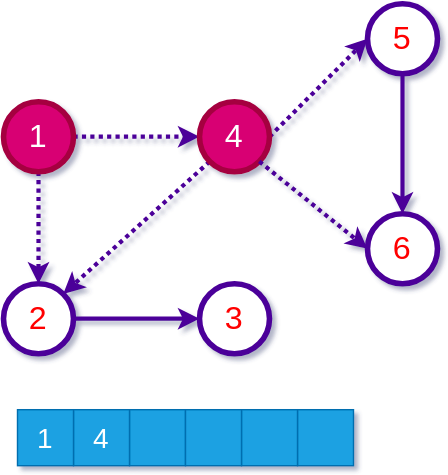
ucoruh/ce100-algorithms-and-programming-II keeps this draw.io diagram as docs/week-10/assets/ce100-week-10-graphs-topological-topo-bfs-2.drawio.svg. Above is the earlier version. Source tidied: cells renumbered, new cells last; positions are measured from the earlier drawing's top-left corner, leaving out a move shared by most shapes. Its diagram source:
```xml
<mxGraphModel>
  <root>
    <mxCell id="0" />
    <mxCell id="1" parent="0" />
    <mxCell id="2" style="edgeStyle=none;shape=connector;rounded=0;jettySize=auto;html=1;exitX=0.5;exitY=1;exitDx=0;exitDy=0;entryX=0.5;entryY=0;entryDx=0;entryDy=0;labelBackgroundColor=default;fontFamily=Helvetica;fontSize=23;fontColor=#FF0000;endArrow=classic;endFill=1;strokeColor=#4C0099;strokeWidth=3;dashed=1;dashPattern=1 1;" parent="1" edge="1" source="4" target="12">
      <mxGeometry relative="1" as="geometry" />
    </mxCell>
    <mxCell id="3" style="edgeStyle=none;shape=connector;rounded=0;jettySize=auto;html=1;exitX=1;exitY=0.5;exitDx=0;exitDy=0;labelBackgroundColor=default;fontFamily=Helvetica;fontSize=23;fontColor=#FF0000;endArrow=classic;endFill=1;strokeColor=#4C0099;strokeWidth=3;dashed=1;dashPattern=1 1;" parent="1" edge="1" source="4" target="7">
      <mxGeometry relative="1" as="geometry" />
    </mxCell>
    <mxCell id="4" value="1" style="ellipse;whiteSpace=wrap;html=1;fontSize=23;fontColor=#ffffff;strokeColor=#A50040;strokeWidth=4;fillColor=#d80073;" parent="1" vertex="1">
      <mxGeometry y="70" width="50" height="50" as="geometry" />
    </mxCell>
    <mxCell id="5" style="edgeStyle=none;shape=connector;rounded=0;jettySize=auto;html=1;exitX=1;exitY=0.5;exitDx=0;exitDy=0;entryX=0;entryY=0.5;entryDx=0;entryDy=0;labelBackgroundColor=default;fontFamily=Helvetica;fontSize=23;fontColor=#FF0000;endArrow=classic;endFill=1;strokeColor=#4C0099;strokeWidth=3;dashed=1;dashPattern=1 1;" parent="1" edge="1" source="7" target="14">
      <mxGeometry relative="1" as="geometry" />
    </mxCell>
    <mxCell id="6" style="rounded=0;jettySize=auto;html=1;exitX=0;exitY=1;exitDx=0;exitDy=0;entryX=1;entryY=0;entryDx=0;entryDy=0;fontSize=23;strokeColor=#4C0099;fontColor=#FF0000;endFill=1;strokeWidth=3;dashed=1;dashPattern=1 1;" parent="1" edge="1" source="7" target="12">
      <mxGeometry relative="1" as="geometry" />
    </mxCell>
    <mxCell id="7" value="4" style="ellipse;whiteSpace=wrap;html=1;fontSize=23;fontColor=#ffffff;strokeColor=#A50040;strokeWidth=4;fillColor=#d80073;" parent="1" vertex="1">
      <mxGeometry x="140" y="70" width="50" height="50" as="geometry" />
    </mxCell>
    <mxCell id="8" value="6" style="ellipse;whiteSpace=wrap;html=1;fontSize=23;fontColor=#FF0000;strokeColor=#4C0099;strokeWidth=4;" parent="1" vertex="1">
      <mxGeometry x="260" y="150" width="50" height="50" as="geometry" />
    </mxCell>
    <mxCell id="9" style="edgeStyle=none;shape=connector;rounded=0;jettySize=auto;html=1;exitX=1;exitY=1;exitDx=0;exitDy=0;entryX=0;entryY=0.5;entryDx=0;entryDy=0;labelBackgroundColor=default;fontFamily=Helvetica;fontSize=23;fontColor=#FF0000;endArrow=classic;endFill=1;strokeColor=#4C0099;strokeWidth=3;dashed=1;dashPattern=1 1;" parent="1" edge="1" source="7" target="8">
      <mxGeometry relative="1" as="geometry" />
    </mxCell>
    <mxCell id="10" value="3" style="ellipse;whiteSpace=wrap;html=1;fontSize=23;fontColor=#FF0000;strokeColor=#4C0099;strokeWidth=4;" parent="1" vertex="1">
      <mxGeometry x="140" y="200" width="50" height="50" as="geometry" />
    </mxCell>
    <mxCell id="11" style="edgeStyle=none;shape=connector;rounded=0;jettySize=auto;html=1;exitX=1;exitY=0.5;exitDx=0;exitDy=0;labelBackgroundColor=default;fontFamily=Helvetica;fontSize=23;fontColor=#FF0000;endArrow=classic;endFill=1;strokeColor=#4C0099;strokeWidth=3;" parent="1" edge="1" source="12" target="10">
      <mxGeometry relative="1" as="geometry" />
    </mxCell>
    <mxCell id="12" value="2" style="ellipse;whiteSpace=wrap;html=1;fontSize=23;fontColor=#FF0000;strokeColor=#4C0099;strokeWidth=4;" parent="1" vertex="1">
      <mxGeometry y="200" width="50" height="50" as="geometry" />
    </mxCell>
    <mxCell id="13" style="edgeStyle=orthogonalEdgeStyle;rounded=0;jettySize=auto;html=1;exitX=0.5;exitY=1;exitDx=0;exitDy=0;fontSize=23;strokeColor=#4C0099;fontColor=#FF0000;endFill=1;strokeWidth=3;" parent="1" edge="1" source="14" target="8">
      <mxGeometry relative="1" as="geometry" />
    </mxCell>
    <mxCell id="14" value="5" style="ellipse;whiteSpace=wrap;html=1;fontSize=23;fontColor=#FF0000;strokeColor=#4C0099;strokeWidth=4;" parent="1" vertex="1">
      <mxGeometry x="260" width="50" height="50" as="geometry" />
    </mxCell>
    <mxCell id="15" style="rounded=0;whiteSpace=wrap;html=1;fillColor=#1ba1e2;fontColor=#ffffff;strokeColor=#006EAF;fontSize=20;" parent="1" vertex="1">
      <mxGeometry x="90" y="290" width="40" height="40" as="geometry" />
    </mxCell>
    <mxCell id="16" value="4" style="rounded=0;whiteSpace=wrap;html=1;fillColor=#1ba1e2;fontColor=#ffffff;strokeColor=#006EAF;fontSize=20;" parent="1" vertex="1">
      <mxGeometry x="50" y="290" width="40" height="40" as="geometry" />
    </mxCell>
    <mxCell id="17" value="1" style="rounded=0;whiteSpace=wrap;html=1;fillColor=#1ba1e2;fontColor=#ffffff;strokeColor=#006EAF;fontSize=20;" parent="1" vertex="1">
      <mxGeometry x="10" y="290" width="40" height="40" as="geometry" />
    </mxCell>
    <mxCell id="18" style="rounded=0;whiteSpace=wrap;html=1;fillColor=#1ba1e2;fontColor=#ffffff;strokeColor=#006EAF;fontSize=20;" parent="1" vertex="1">
      <mxGeometry x="210" y="290" width="40" height="40" as="geometry" />
    </mxCell>
    <mxCell id="19" style="rounded=0;whiteSpace=wrap;html=1;fillColor=#1ba1e2;fontColor=#ffffff;strokeColor=#006EAF;fontSize=20;" parent="1" vertex="1">
      <mxGeometry x="170" y="290" width="40" height="40" as="geometry" />
    </mxCell>
    <mxCell id="20" style="rounded=0;whiteSpace=wrap;html=1;fillColor=#1ba1e2;fontColor=#ffffff;strokeColor=#006EAF;fontSize=20;" parent="1" vertex="1">
      <mxGeometry x="130" y="290" width="40" height="40" as="geometry" />
    </mxCell>
  </root>
</mxGraphModel>
```
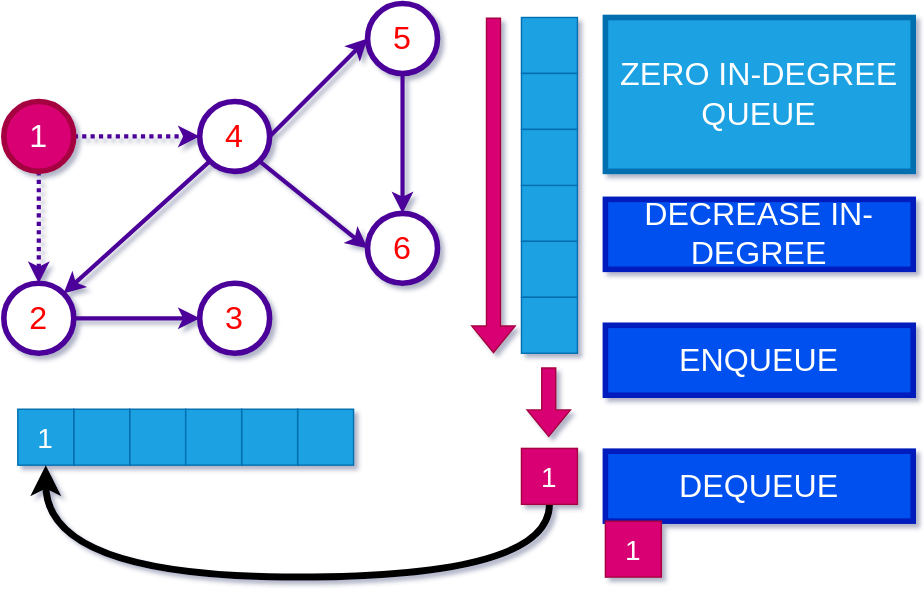
Later version of the same file.

The edit, as a diff of the source:
```diff
@@ -1,63 +1,119 @@
 <mxGraphModel>
   <root>
-    <mxCell id="0" />
-    <mxCell id="1" parent="0" />
+    <mxCell id="21" />
+    <mxCell id="22" parent="21" />
-    <mxCell id="2" style="edgeStyle=none;shape=connector;rounded=0;jettySize=auto;html=1;exitX=0.5;exitY=1;exitDx=0;exitDy=0;entryX=0.5;entryY=0;entryDx=0;entryDy=0;labelBackgroundColor=default;fontFamily=Helvetica;fontSize=23;fontColor=#FF0000;endArrow=classic;endFill=1;strokeColor=#4C0099;strokeWidth=3;dashed=1;dashPattern=1 1;" parent="1" edge="1" source="4" target="12">
+    <mxCell id="2" style="edgeStyle=none;shape=connector;rounded=0;jettySize=auto;html=1;exitX=0.5;exitY=1;exitDx=0;exitDy=0;entryX=0.5;entryY=0;entryDx=0;entryDy=0;labelBackgroundColor=default;fontFamily=Helvetica;fontSize=23;fontColor=#FF0000;endArrow=classic;endFill=1;strokeColor=#4C0099;strokeWidth=3;dashed=1;dashPattern=1 1;" parent="22" edge="1" source="4" target="12">
       <mxGeometry relative="1" as="geometry" />
     </mxCell>
-    <mxCell id="3" style="edgeStyle=none;shape=connector;rounded=0;jettySize=auto;html=1;exitX=1;exitY=0.5;exitDx=0;exitDy=0;labelBackgroundColor=default;fontFamily=Helvetica;fontSize=23;fontColor=#FF0000;endArrow=classic;endFill=1;strokeColor=#4C0099;strokeWidth=3;dashed=1;dashPattern=1 1;" parent="1" edge="1" source="4" target="7">
-      <mxGeometry relative="1" as="geometry" />
-    </mxCell>
+    <mxCell id="23" style="edgeStyle=none;shape=connector;rounded=0;jettySize=auto;html=1;exitX=1;exitY=0.5;exitDx=0;exitDy=0;labelBackgroundColor=default;fontFamily=Helvetica;fontSize=23;fontColor=#FF0000;endArrow=classic;endFill=1;strokeColor=#4C0099;strokeWidth=3;dashed=1;dashPattern=1 1;" parent="22" edge="1" source="4" target="26">
+      <mxGeometry relative="1" as="geometry" />
+    </mxCell>
-    <mxCell id="4" value="1" style="ellipse;whiteSpace=wrap;html=1;fontSize=23;fontColor=#ffffff;strokeColor=#A50040;strokeWidth=4;fillColor=#d80073;" parent="1" vertex="1">
+    <mxCell id="4" value="1" style="ellipse;whiteSpace=wrap;html=1;fontSize=23;fontColor=#ffffff;strokeColor=#A50040;strokeWidth=4;fillColor=#d80073;" parent="22" vertex="1">
       <mxGeometry y="70" width="50" height="50" as="geometry" />
     </mxCell>
-    <mxCell id="5" style="edgeStyle=none;shape=connector;rounded=0;jettySize=auto;html=1;exitX=1;exitY=0.5;exitDx=0;exitDy=0;entryX=0;entryY=0.5;entryDx=0;entryDy=0;labelBackgroundColor=default;fontFamily=Helvetica;fontSize=23;fontColor=#FF0000;endArrow=classic;endFill=1;strokeColor=#4C0099;strokeWidth=3;dashed=1;dashPattern=1 1;" parent="1" edge="1" source="7" target="14">
-      <mxGeometry relative="1" as="geometry" />
-    </mxCell>
-    <mxCell id="6" style="rounded=0;jettySize=auto;html=1;exitX=0;exitY=1;exitDx=0;exitDy=0;entryX=1;entryY=0;entryDx=0;entryDy=0;fontSize=23;strokeColor=#4C0099;fontColor=#FF0000;endFill=1;strokeWidth=3;dashed=1;dashPattern=1 1;" parent="1" edge="1" source="7" target="12">
-      <mxGeometry relative="1" as="geometry" />
-    </mxCell>
-    <mxCell id="7" value="4" style="ellipse;whiteSpace=wrap;html=1;fontSize=23;fontColor=#ffffff;strokeColor=#A50040;strokeWidth=4;fillColor=#d80073;" parent="1" vertex="1">
-      <mxGeometry x="140" y="70" width="50" height="50" as="geometry" />
-    </mxCell>
+    <mxCell id="24" style="edgeStyle=none;shape=connector;rounded=0;jettySize=auto;html=1;exitX=1;exitY=0.5;exitDx=0;exitDy=0;entryX=0;entryY=0.5;entryDx=0;entryDy=0;labelBackgroundColor=default;fontFamily=Helvetica;fontSize=23;fontColor=#FF0000;endArrow=classic;endFill=1;strokeColor=#4C0099;strokeWidth=3;" parent="22" edge="1" source="26" target="14">
+      <mxGeometry relative="1" as="geometry" />
+    </mxCell>
+    <mxCell id="25" style="rounded=0;jettySize=auto;html=1;exitX=0;exitY=1;exitDx=0;exitDy=0;entryX=1;entryY=0;entryDx=0;entryDy=0;fontSize=23;strokeColor=#4C0099;fontColor=#FF0000;endFill=1;strokeWidth=3;" parent="22" edge="1" source="26" target="12">
+      <mxGeometry relative="1" as="geometry" />
+    </mxCell>
+    <mxCell id="26" value="4" style="ellipse;whiteSpace=wrap;html=1;fontSize=23;fontColor=#FF0000;strokeColor=#4C0099;strokeWidth=4;" parent="22" vertex="1">
+      <mxGeometry x="140" y="70" width="50" height="50" as="geometry" />
+    </mxCell>
-    <mxCell id="8" value="6" style="ellipse;whiteSpace=wrap;html=1;fontSize=23;fontColor=#FF0000;strokeColor=#4C0099;strokeWidth=4;" parent="1" vertex="1">
+    <mxCell id="8" value="6" style="ellipse;whiteSpace=wrap;html=1;fontSize=23;fontColor=#FF0000;strokeColor=#4C0099;strokeWidth=4;" parent="22" vertex="1">
       <mxGeometry x="260" y="150" width="50" height="50" as="geometry" />
     </mxCell>
-    <mxCell id="9" style="edgeStyle=none;shape=connector;rounded=0;jettySize=auto;html=1;exitX=1;exitY=1;exitDx=0;exitDy=0;entryX=0;entryY=0.5;entryDx=0;entryDy=0;labelBackgroundColor=default;fontFamily=Helvetica;fontSize=23;fontColor=#FF0000;endArrow=classic;endFill=1;strokeColor=#4C0099;strokeWidth=3;dashed=1;dashPattern=1 1;" parent="1" edge="1" source="7" target="8">
-      <mxGeometry relative="1" as="geometry" />
-    </mxCell>
+    <mxCell id="27" style="edgeStyle=none;shape=connector;rounded=0;jettySize=auto;html=1;exitX=1;exitY=1;exitDx=0;exitDy=0;entryX=0;entryY=0.5;entryDx=0;entryDy=0;labelBackgroundColor=default;fontFamily=Helvetica;fontSize=23;fontColor=#FF0000;endArrow=classic;endFill=1;strokeColor=#4C0099;strokeWidth=3;" parent="22" edge="1" source="26" target="8">
+      <mxGeometry relative="1" as="geometry" />
+    </mxCell>
-    <mxCell id="10" value="3" style="ellipse;whiteSpace=wrap;html=1;fontSize=23;fontColor=#FF0000;strokeColor=#4C0099;strokeWidth=4;" parent="1" vertex="1">
+    <mxCell id="10" value="3" style="ellipse;whiteSpace=wrap;html=1;fontSize=23;fontColor=#FF0000;strokeColor=#4C0099;strokeWidth=4;" parent="22" vertex="1">
       <mxGeometry x="140" y="200" width="50" height="50" as="geometry" />
     </mxCell>
-    <mxCell id="11" style="edgeStyle=none;shape=connector;rounded=0;jettySize=auto;html=1;exitX=1;exitY=0.5;exitDx=0;exitDy=0;labelBackgroundColor=default;fontFamily=Helvetica;fontSize=23;fontColor=#FF0000;endArrow=classic;endFill=1;strokeColor=#4C0099;strokeWidth=3;" parent="1" edge="1" source="12" target="10">
+    <mxCell id="11" style="edgeStyle=none;shape=connector;rounded=0;jettySize=auto;html=1;exitX=1;exitY=0.5;exitDx=0;exitDy=0;labelBackgroundColor=default;fontFamily=Helvetica;fontSize=23;fontColor=#FF0000;endArrow=classic;endFill=1;strokeColor=#4C0099;strokeWidth=3;" parent="22" edge="1" source="12" target="10">
       <mxGeometry relative="1" as="geometry" />
     </mxCell>
-    <mxCell id="12" value="2" style="ellipse;whiteSpace=wrap;html=1;fontSize=23;fontColor=#FF0000;strokeColor=#4C0099;strokeWidth=4;" parent="1" vertex="1">
+    <mxCell id="12" value="2" style="ellipse;whiteSpace=wrap;html=1;fontSize=23;fontColor=#FF0000;strokeColor=#4C0099;strokeWidth=4;" parent="22" vertex="1">
       <mxGeometry y="200" width="50" height="50" as="geometry" />
     </mxCell>
-    <mxCell id="13" style="edgeStyle=orthogonalEdgeStyle;rounded=0;jettySize=auto;html=1;exitX=0.5;exitY=1;exitDx=0;exitDy=0;fontSize=23;strokeColor=#4C0099;fontColor=#FF0000;endFill=1;strokeWidth=3;" parent="1" edge="1" source="14" target="8">
+    <mxCell id="13" style="edgeStyle=orthogonalEdgeStyle;rounded=0;jettySize=auto;html=1;exitX=0.5;exitY=1;exitDx=0;exitDy=0;fontSize=23;strokeColor=#4C0099;fontColor=#FF0000;endFill=1;strokeWidth=3;" parent="22" edge="1" source="14" target="8">
       <mxGeometry relative="1" as="geometry" />
     </mxCell>
-    <mxCell id="14" value="5" style="ellipse;whiteSpace=wrap;html=1;fontSize=23;fontColor=#FF0000;strokeColor=#4C0099;strokeWidth=4;" parent="1" vertex="1">
+    <mxCell id="14" value="5" style="ellipse;whiteSpace=wrap;html=1;fontSize=23;fontColor=#FF0000;strokeColor=#4C0099;strokeWidth=4;" parent="22" vertex="1">
       <mxGeometry x="260" width="50" height="50" as="geometry" />
     </mxCell>
-    <mxCell id="15" style="rounded=0;whiteSpace=wrap;html=1;fillColor=#1ba1e2;fontColor=#ffffff;strokeColor=#006EAF;fontSize=20;" parent="1" vertex="1">
+    <mxCell id="15" style="rounded=0;whiteSpace=wrap;html=1;fillColor=#1ba1e2;fontColor=#ffffff;strokeColor=#006EAF;fontSize=20;" parent="22" vertex="1">
       <mxGeometry x="90" y="290" width="40" height="40" as="geometry" />
     </mxCell>
-    <mxCell id="16" value="4" style="rounded=0;whiteSpace=wrap;html=1;fillColor=#1ba1e2;fontColor=#ffffff;strokeColor=#006EAF;fontSize=20;" parent="1" vertex="1">
-      <mxGeometry x="50" y="290" width="40" height="40" as="geometry" />
-    </mxCell>
+    <mxCell id="28" style="rounded=0;whiteSpace=wrap;html=1;fillColor=#1ba1e2;fontColor=#ffffff;strokeColor=#006EAF;fontSize=20;" parent="22" vertex="1">
+      <mxGeometry x="50" y="290" width="40" height="40" as="geometry" />
+    </mxCell>
-    <mxCell id="17" value="1" style="rounded=0;whiteSpace=wrap;html=1;fillColor=#1ba1e2;fontColor=#ffffff;strokeColor=#006EAF;fontSize=20;" parent="1" vertex="1">
+    <mxCell id="17" value="1" style="rounded=0;whiteSpace=wrap;html=1;fillColor=#1ba1e2;fontColor=#ffffff;strokeColor=#006EAF;fontSize=20;" parent="22" vertex="1">
       <mxGeometry x="10" y="290" width="40" height="40" as="geometry" />
     </mxCell>
-    <mxCell id="18" style="rounded=0;whiteSpace=wrap;html=1;fillColor=#1ba1e2;fontColor=#ffffff;strokeColor=#006EAF;fontSize=20;" parent="1" vertex="1">
+    <mxCell id="18" style="rounded=0;whiteSpace=wrap;html=1;fillColor=#1ba1e2;fontColor=#ffffff;strokeColor=#006EAF;fontSize=20;" parent="22" vertex="1">
       <mxGeometry x="210" y="290" width="40" height="40" as="geometry" />
     </mxCell>
-    <mxCell id="19" style="rounded=0;whiteSpace=wrap;html=1;fillColor=#1ba1e2;fontColor=#ffffff;strokeColor=#006EAF;fontSize=20;" parent="1" vertex="1">
+    <mxCell id="19" style="rounded=0;whiteSpace=wrap;html=1;fillColor=#1ba1e2;fontColor=#ffffff;strokeColor=#006EAF;fontSize=20;" parent="22" vertex="1">
       <mxGeometry x="170" y="290" width="40" height="40" as="geometry" />
     </mxCell>
-    <mxCell id="20" style="rounded=0;whiteSpace=wrap;html=1;fillColor=#1ba1e2;fontColor=#ffffff;strokeColor=#006EAF;fontSize=20;" parent="1" vertex="1">
+    <mxCell id="20" style="rounded=0;whiteSpace=wrap;html=1;fillColor=#1ba1e2;fontColor=#ffffff;strokeColor=#006EAF;fontSize=20;" parent="22" vertex="1">
       <mxGeometry x="130" y="290" width="40" height="40" as="geometry" />
     </mxCell>
+    <mxCell id="29" value="ZERO IN-DEGREE QUEUE" style="text;html=1;strokeColor=#006EAF;fillColor=#1ba1e2;align=center;verticalAlign=middle;whiteSpace=wrap;rounded=0;fontColor=#ffffff;fontSize=23;strokeWidth=4;" parent="22" vertex="1">
+      <mxGeometry x="430" y="10" width="220" height="110" as="geometry" />
+    </mxCell>
+    <mxCell id="30" style="rounded=0;whiteSpace=wrap;html=1;fillColor=#1ba1e2;fontColor=#ffffff;strokeColor=#006EAF;fontSize=20;" parent="22" vertex="1">
+      <mxGeometry x="370" y="130" width="40" height="40" as="geometry" />
+    </mxCell>
+    <mxCell id="31" style="rounded=0;whiteSpace=wrap;html=1;fillColor=#1ba1e2;fontColor=#ffffff;strokeColor=#006EAF;fontSize=20;" parent="22" vertex="1">
+      <mxGeometry x="370" y="170" width="40" height="40" as="geometry" />
+    </mxCell>
+    <mxCell id="32" style="rounded=0;whiteSpace=wrap;html=1;fillColor=#1ba1e2;fontColor=#ffffff;strokeColor=#006EAF;fontSize=20;" parent="22" vertex="1">
+      <mxGeometry x="370" y="210" width="40" height="40" as="geometry" />
+    </mxCell>
+    <mxCell id="33" style="rounded=0;whiteSpace=wrap;html=1;fillColor=#1ba1e2;fontColor=#ffffff;strokeColor=#006EAF;fontSize=20;" parent="22" vertex="1">
+      <mxGeometry x="370" y="10" width="40" height="40" as="geometry" />
+    </mxCell>
+    <mxCell id="34" style="rounded=0;whiteSpace=wrap;html=1;fillColor=#1ba1e2;fontColor=#ffffff;strokeColor=#006EAF;fontSize=20;" parent="22" vertex="1">
+      <mxGeometry x="370" y="50" width="40" height="40" as="geometry" />
+    </mxCell>
+    <mxCell id="35" style="rounded=0;whiteSpace=wrap;html=1;fillColor=#1ba1e2;fontColor=#ffffff;strokeColor=#006EAF;fontSize=20;" parent="22" vertex="1">
+      <mxGeometry x="370" y="90" width="40" height="40" as="geometry" />
+    </mxCell>
+    <mxCell id="36" style="shape=flexArrow;endArrow=classic;html=1;rounded=0;fillColor=#d80073;strokeColor=#A50040;" parent="22" edge="1">
+      <mxGeometry relative="1" as="geometry">
+        <mxPoint x="350" y="10" as="sourcePoint" />
+        <mxPoint x="350" y="250" as="targetPoint" />
+      </mxGeometry>
+    </mxCell>
+    <mxCell id="37" style="edgeStyle=orthogonalEdgeStyle;rounded=0;jettySize=auto;html=1;exitX=0.5;exitY=1;exitDx=0;exitDy=0;entryX=0.5;entryY=1;entryDx=0;entryDy=0;curved=1;strokeWidth=5;" parent="22" edge="1" source="38" target="17">
+      <mxGeometry relative="1" as="geometry">
+        <Array as="points">
+          <mxPoint x="390" y="410" />
+          <mxPoint x="30" y="410" />
+        </Array>
+      </mxGeometry>
+    </mxCell>
+    <mxCell id="38" value="1" style="rounded=0;whiteSpace=wrap;html=1;fillColor=#d80073;fontColor=#ffffff;strokeColor=#A50040;fontSize=20;" parent="22" vertex="1">
+      <mxGeometry x="370" y="318" width="40" height="40" as="geometry" />
+    </mxCell>
+    <mxCell id="39" style="shape=flexArrow;endArrow=classic;html=1;rounded=0;fillColor=#d80073;strokeColor=#A50040;" parent="22" edge="1">
+      <mxGeometry relative="1" as="geometry">
+        <mxPoint x="389.5" y="260" as="sourcePoint" />
+        <mxPoint x="389.5" y="310" as="targetPoint" />
+      </mxGeometry>
+    </mxCell>
+    <mxCell id="40" value="DECREASE IN-DEGREE" style="text;html=1;strokeColor=#001DBC;fillColor=#0050ef;align=center;verticalAlign=middle;whiteSpace=wrap;rounded=0;fontColor=#ffffff;fontSize=23;strokeWidth=4;" parent="22" vertex="1">
+      <mxGeometry x="430" y="140" width="220" height="50" as="geometry" />
+    </mxCell>
+    <mxCell id="41" value="ENQUEUE" style="text;html=1;strokeColor=#001DBC;fillColor=#0050ef;align=center;verticalAlign=middle;whiteSpace=wrap;rounded=0;fontColor=#ffffff;fontSize=23;strokeWidth=4;" parent="22" vertex="1">
+      <mxGeometry x="430" y="230" width="220" height="50" as="geometry" />
+    </mxCell>
+    <mxCell id="42" value="DEQUEUE" style="text;html=1;strokeColor=#001DBC;fillColor=#0050ef;align=center;verticalAlign=middle;whiteSpace=wrap;rounded=0;fontColor=#ffffff;fontSize=23;strokeWidth=4;" parent="22" vertex="1">
+      <mxGeometry x="430" y="320" width="220" height="50" as="geometry" />
+    </mxCell>
+    <mxCell id="43" value="1" style="rounded=0;whiteSpace=wrap;html=1;fillColor=#d80073;fontColor=#ffffff;strokeColor=#A50040;fontSize=20;" parent="22" vertex="1">
+      <mxGeometry x="430" y="370" width="40" height="40" as="geometry" />
+    </mxCell>
   </root>
 </mxGraphModel>
```
